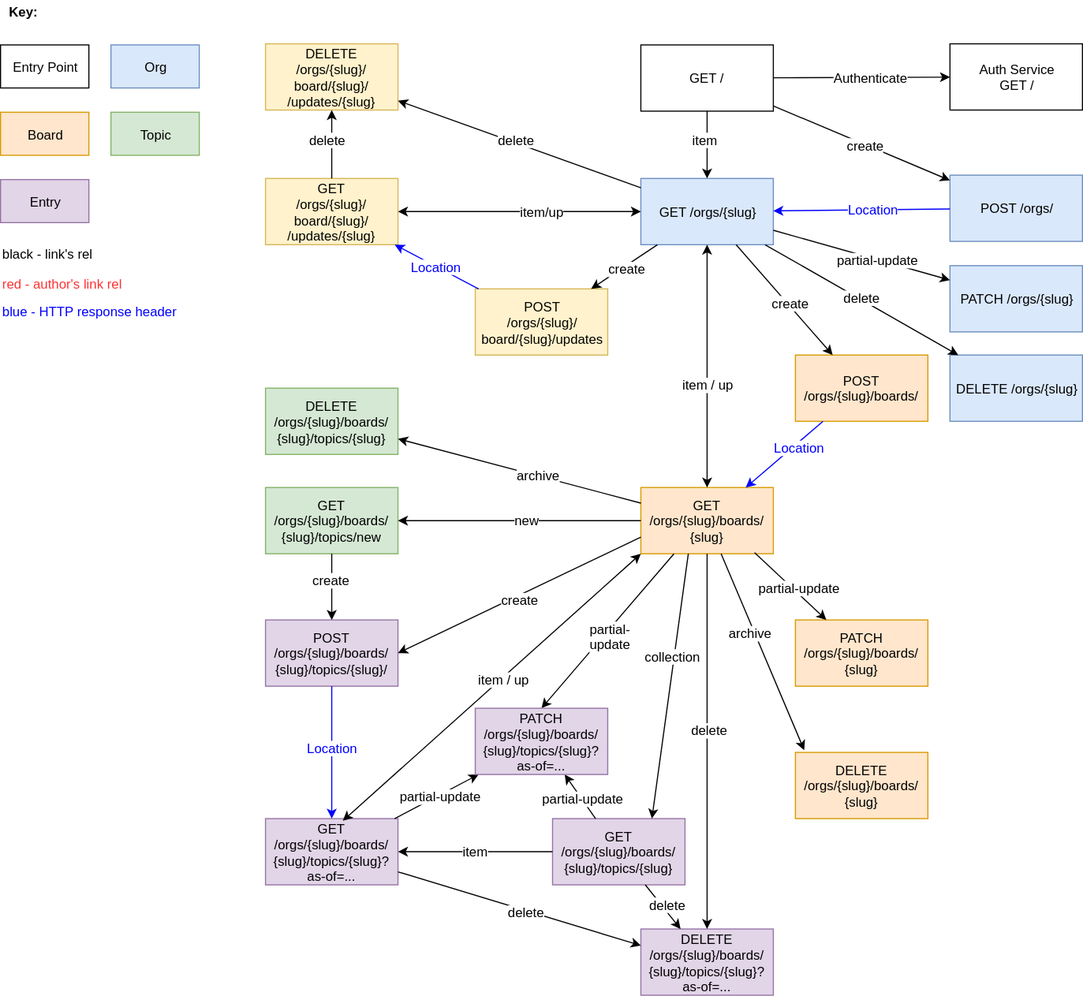
The draw.io diagram docs/OC-Storage-REST-API.svg in open-company/open-company-storage, before a commit. Source tidied: cells renumbered, new cells last; positions are measured from the earlier drawing's top-left corner, leaving out a move shared by most shapes.
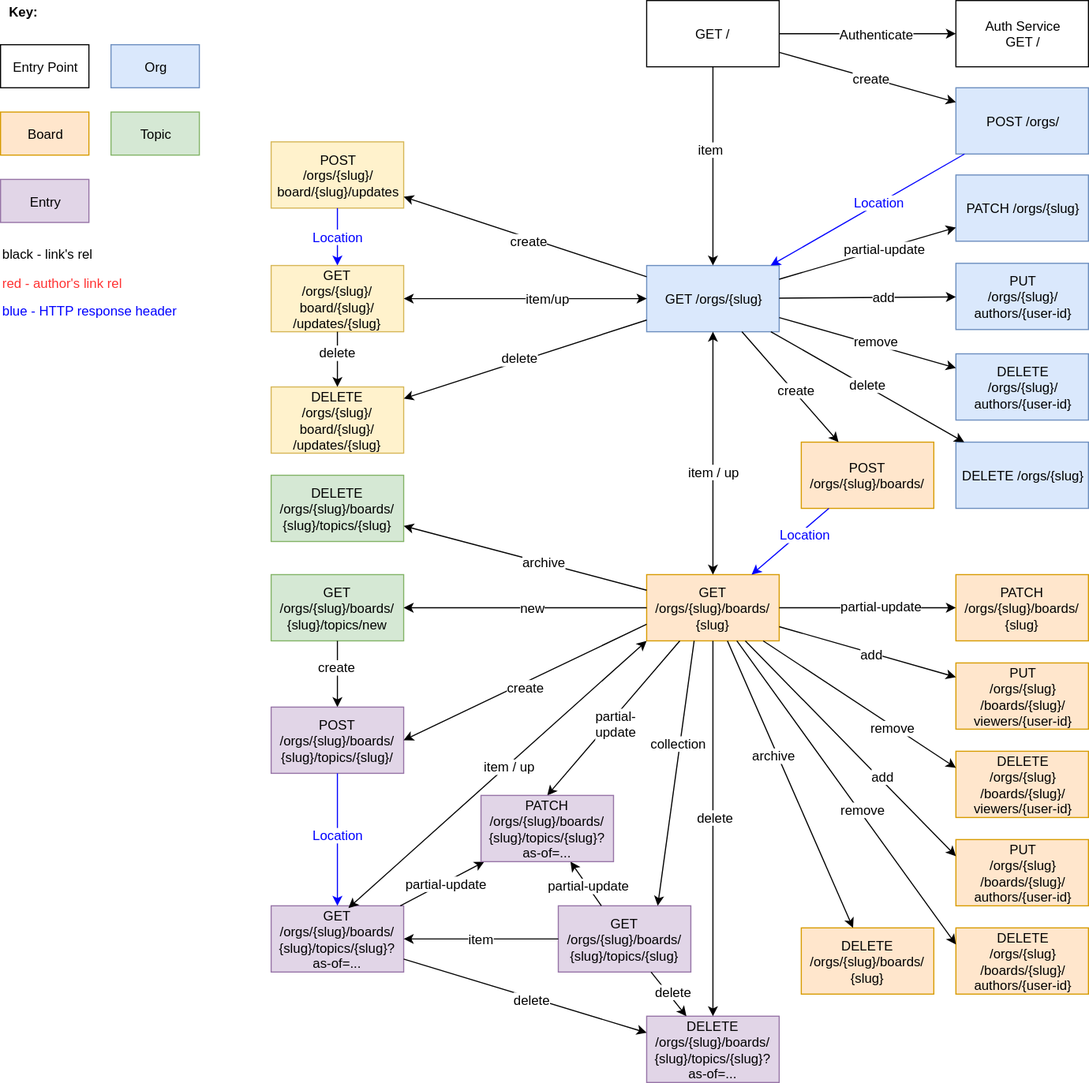
After the change.

Commit message:
Fix a 500 an auth'd entry point.

What changed in the source:
```diff
@@ -3,34 +3,34 @@
     <mxCell id="0" />
     <mxCell id="1" parent="0" />
     <mxCell id="2" value="Entry Point" style="whiteSpace=wrap;html=1;" parent="1" vertex="1">
-      <mxGeometry y="40" width="80" height="39" as="geometry" />
+      <mxGeometry x="-5" y="-39" width="80" height="39" as="geometry" />
     </mxCell>
     <mxCell id="3" value="Topic" style="whiteSpace=wrap;html=1;fillColor=#d5e8d4;strokeColor=#82b366;" parent="1" vertex="1">
-      <mxGeometry x="100" y="101" width="80" height="39" as="geometry" />
+      <mxGeometry x="95" y="22" width="80" height="39" as="geometry" />
     </mxCell>
     <mxCell id="4" value="Board" style="whiteSpace=wrap;html=1;fillColor=#ffe6cc;strokeColor=#d79b00;" parent="1" vertex="1">
-      <mxGeometry y="101" width="80" height="39" as="geometry" />
+      <mxGeometry x="-5" y="22" width="80" height="39" as="geometry" />
     </mxCell>
     <mxCell id="5" value="Org" style="whiteSpace=wrap;html=1;fillColor=#dae8fc;strokeColor=#6c8ebf;" parent="1" vertex="1">
-      <mxGeometry x="100" y="40" width="80" height="39" as="geometry" />
+      <mxGeometry x="95" y="-39" width="80" height="39" as="geometry" />
     </mxCell>
     <mxCell id="6" value="&lt;b&gt;Key:&lt;/b&gt;" style="text;html=1;strokeColor=none;fillColor=none;align=center;verticalAlign=middle;whiteSpace=wrap;" parent="1" vertex="1">
-      <mxGeometry width="40" height="20" as="geometry" />
+      <mxGeometry x="-5" y="-79" width="40" height="20" as="geometry" />
     </mxCell>
     <mxCell id="7" value="black - link's rel" style="text;html=1;strokeColor=none;fillColor=none;align=left;verticalAlign=middle;whiteSpace=wrap;" parent="1" vertex="1">
-      <mxGeometry y="219" width="110" height="20" as="geometry" />
+      <mxGeometry x="-5" y="140" width="110" height="20" as="geometry" />
     </mxCell>
     <mxCell id="8" value="&lt;font color=&quot;#0000ff&quot;&gt;blue - HTTP response header&lt;/font&gt;" style="text;html=1;strokeColor=none;fillColor=none;align=left;verticalAlign=middle;whiteSpace=wrap;" parent="1" vertex="1">
-      <mxGeometry y="271" width="170" height="20" as="geometry" />
+      <mxGeometry x="-5" y="192" width="170" height="20" as="geometry" />
     </mxCell>
     <mxCell id="9" value="red - author's link rel" style="text;html=1;strokeColor=none;fillColor=none;align=left;verticalAlign=middle;whiteSpace=wrap;fontColor=#FF3333;" parent="1" vertex="1">
-      <mxGeometry y="246" width="122" height="20" as="geometry" />
+      <mxGeometry x="-5" y="167" width="122" height="20" as="geometry" />
     </mxCell>
     <mxCell id="10" value="Entry" style="whiteSpace=wrap;html=1;fillColor=#e1d5e7;strokeColor=#9673a6;" parent="1" vertex="1">
-      <mxGeometry y="162" width="80" height="39" as="geometry" />
+      <mxGeometry x="-5" y="83" width="80" height="39" as="geometry" />
     </mxCell>
     <mxCell id="11" value="&lt;font color=&quot;#000000&quot;&gt;GET /&lt;/font&gt;" style="whiteSpace=wrap;html=1;fontSize=12;fontColor=#FF3333;" parent="1" vertex="1">
-      <mxGeometry x="580" y="40" width="120" height="60" as="geometry" />
+      <mxGeometry x="580" y="-79" width="120" height="60" as="geometry" />
     </mxCell>
     <mxCell id="12" value="&lt;font color=&quot;#000000&quot;&gt;GET /orgs/{slug}&lt;/font&gt;" style="whiteSpace=wrap;html=1;fontSize=12;fontColor=#FF3333;fillColor=#dae8fc;strokeColor=#6c8ebf;" parent="1" vertex="1">
       <mxGeometry x="580" y="161" width="120" height="60" as="geometry" />
@@ -42,7 +42,7 @@
       <mxGeometry x="-0.18" y="-2" relative="1" as="geometry" />
     </mxCell>
     <mxCell id="15" value="&lt;font color=&quot;#000000&quot;&gt;POST /orgs/&lt;/font&gt;" style="whiteSpace=wrap;html=1;fontSize=12;fontColor=#FF3333;fillColor=#dae8fc;strokeColor=#6c8ebf;" parent="1" vertex="1">
-      <mxGeometry x="860" y="158" width="120" height="60" as="geometry" />
+      <mxGeometry x="860" width="120" height="60" as="geometry" />
     </mxCell>
     <mxCell id="16" style="endArrow=classic;html=1;strokeColor=#000000;fontSize=12;fontColor=#000000;" parent="1" edge="1" source="11" target="15">
       <mxGeometry relative="1" as="geometry" />
@@ -57,7 +57,7 @@
       <mxGeometry x="-0.13" y="-1" relative="1" as="geometry" />
     </mxCell>
     <mxCell id="20" value="&lt;div&gt;&lt;font color=&quot;#000000&quot;&gt;Auth Service&lt;/font&gt;&lt;/div&gt;&lt;font color=&quot;#000000&quot;&gt;GET /&lt;/font&gt;" style="whiteSpace=wrap;html=1;fontSize=12;fontColor=#FF3333;" parent="1" vertex="1">
-      <mxGeometry x="860" y="39" width="120" height="60" as="geometry" />
+      <mxGeometry x="860" y="-79" width="120" height="60" as="geometry" />
     </mxCell>
     <mxCell id="21" style="endArrow=classic;html=1;strokeColor=#000000;fontSize=12;fontColor=#000000;" parent="1" edge="1" source="11" target="20">
       <mxGeometry relative="1" as="geometry" />
@@ -66,7 +66,7 @@
       <mxGeometry x="0.1" relative="1" as="geometry" />
     </mxCell>
     <mxCell id="23" value="&lt;font color=&quot;#000000&quot;&gt;PATCH /orgs/{slug}&lt;/font&gt;" style="whiteSpace=wrap;html=1;fontSize=12;fontColor=#FF3333;fillColor=#dae8fc;strokeColor=#6c8ebf;" parent="1" vertex="1">
-      <mxGeometry x="860" y="240" width="120" height="60" as="geometry" />
+      <mxGeometry x="860" y="79" width="120" height="60" as="geometry" />
     </mxCell>
     <mxCell id="24" value="&lt;font color=&quot;#000000&quot;&gt;DELETE /orgs/{slug}&lt;/font&gt;" style="whiteSpace=wrap;html=1;fontSize=12;fontColor=#FF3333;fillColor=#dae8fc;strokeColor=#6c8ebf;" parent="1" vertex="1">
       <mxGeometry x="860" y="321" width="120" height="60" as="geometry" />
@@ -184,29 +184,29 @@
       </mxGeometry>
     </mxCell>
     <mxCell id="59" value="PATCH /orgs/{slug}/boards/&lt;div&gt;{slug}&lt;/div&gt;" style="whiteSpace=wrap;html=1;fontSize=12;fontColor=#000000;fillColor=#ffe6cc;strokeColor=#d79b00;" parent="1" vertex="1">
-      <mxGeometry x="720" y="561" width="120" height="60" as="geometry" />
+      <mxGeometry x="860" y="441" width="120" height="60" as="geometry" />
     </mxCell>
-    <mxCell id="60" style="endArrow=classic;html=1;strokeColor=#000000;fontSize=12;fontColor=#000000;exitX=0.858;exitY=0.983;exitPerimeter=0;" parent="1" edge="1" source="29" target="59">
+    <mxCell id="60" style="endArrow=classic;html=1;strokeColor=#000000;fontSize=12;fontColor=#000000;" parent="1" edge="1" source="29" target="59">
       <mxGeometry relative="1" as="geometry" />
     </mxCell>
     <mxCell id="61" value="partial-update" style="text;html=1;align=center;verticalAlign=middle;labelBackgroundColor=#ffffff;fontSize=12;fontColor=#000000;" parent="60" vertex="1">
       <mxGeometry x="0.16" y="5" relative="1" as="geometry">
-        <mxPoint x="-1" as="offset" />
+        <mxPoint x="-1" y="3" as="offset" />
       </mxGeometry>
     </mxCell>
     <mxCell id="62" value="POST&lt;div&gt;/orgs/{slug}/&lt;div&gt;board/{slug}/&lt;span&gt;updates&lt;/span&gt;&lt;/div&gt;&lt;/div&gt;" style="whiteSpace=wrap;html=1;fontSize=12;fontColor=#000000;fillColor=#fff2cc;strokeColor=#d6b656;" parent="1" vertex="1">
-      <mxGeometry x="430" y="261" width="120" height="60" as="geometry" />
+      <mxGeometry x="240" y="49" width="120" height="60" as="geometry" />
     </mxCell>
     <mxCell id="63" value="&lt;span&gt;GET&lt;/span&gt;&lt;div&gt;/orgs/{slug}/&lt;div&gt;board/{slug}/&lt;/div&gt;&lt;div&gt;/updates/{slug}&lt;/div&gt;&lt;/div&gt;" style="whiteSpace=wrap;html=1;fontSize=12;fontColor=#000000;fillColor=#fff2cc;strokeColor=#d6b656;" parent="1" vertex="1">
       <mxGeometry x="240" y="161" width="120" height="60" as="geometry" />
     </mxCell>
     <mxCell id="64" value="&lt;span&gt;DELETE&lt;/span&gt;&lt;div&gt;/orgs/{slug}/&lt;div&gt;board/{slug}/&lt;/div&gt;&lt;div&gt;/updates/{slug}&lt;/div&gt;&lt;/div&gt;" style="whiteSpace=wrap;html=1;fontSize=12;fontColor=#000000;fillColor=#fff2cc;strokeColor=#d6b656;" parent="1" vertex="1">
-      <mxGeometry x="240" y="39" width="120" height="60" as="geometry" />
+      <mxGeometry x="240" y="271" width="120" height="60" as="geometry" />
     </mxCell>
     <mxCell id="65" value="DELETE /orgs/{slug}/boards/&lt;div&gt;{slug}&lt;/div&gt;" style="whiteSpace=wrap;html=1;fontSize=12;fontColor=#000000;fillColor=#ffe6cc;strokeColor=#d79b00;" parent="1" vertex="1">
-      <mxGeometry x="720" y="681" width="120" height="60" as="geometry" />
+      <mxGeometry x="720" y="761" width="120" height="60" as="geometry" />
     </mxCell>
-    <mxCell id="66" style="endArrow=classic;html=1;strokeColor=#000000;fontSize=12;fontColor=#000000;entryX=0.067;entryY=-0.033;entryPerimeter=0;" parent="1" edge="1" source="29" target="65">
+    <mxCell id="66" style="endArrow=classic;html=1;strokeColor=#000000;fontSize=12;fontColor=#000000;" parent="1" edge="1" source="29" target="65">
       <mxGeometry relative="1" as="geometry" />
     </mxCell>
     <mxCell id="67" value="archive" style="text;html=1;align=center;verticalAlign=middle;labelBackgroundColor=#ffffff;fontSize=12;fontColor=#000000;" parent="66" vertex="1">
@@ -285,5 +285,63 @@
     <mxCell id="88" value="delete" style="text;html=1;align=center;verticalAlign=middle;labelBackgroundColor=#ffffff;fontSize=12;fontColor=#000000;" parent="87" vertex="1">
       <mxGeometry x="0.04" y="-3" relative="1" as="geometry" />
     </mxCell>
+    <mxCell id="89" value="&lt;font color=&quot;#000000&quot;&gt;PUT&lt;/font&gt;&lt;div&gt;&lt;font color=&quot;#000000&quot;&gt;/orgs/{slug}/&lt;/font&gt;&lt;div&gt;&lt;font color=&quot;#000000&quot;&gt;authors/{user-id}&lt;/font&gt;&lt;/div&gt;&lt;/div&gt;" style="whiteSpace=wrap;html=1;fontSize=12;fontColor=#FF3333;fillColor=#dae8fc;strokeColor=#6c8ebf;" parent="1" vertex="1">
+      <mxGeometry x="860" y="159" width="120" height="60" as="geometry" />
+    </mxCell>
+    <mxCell id="90" value="&lt;font color=&quot;#000000&quot;&gt;DELETE&lt;/font&gt;&lt;div&gt;&lt;font color=&quot;#000000&quot;&gt;/orgs/{slug}/&lt;/font&gt;&lt;div&gt;&lt;font color=&quot;#000000&quot;&gt;authors/{user-id}&lt;/font&gt;&lt;/div&gt;&lt;/div&gt;" style="whiteSpace=wrap;html=1;fontSize=12;fontColor=#FF3333;fillColor=#dae8fc;strokeColor=#6c8ebf;" parent="1" vertex="1">
+      <mxGeometry x="860" y="241" width="120" height="60" as="geometry" />
+    </mxCell>
+    <mxCell id="91" style="endArrow=classic;html=1;strokeColor=#000000;fontSize=12;fontColor=#000000;" parent="1" edge="1" source="12" target="89">
+      <mxGeometry relative="1" as="geometry" />
+    </mxCell>
+    <mxCell id="92" value="add" style="text;html=1;align=center;verticalAlign=middle;labelBackgroundColor=#ffffff;fontSize=12;fontColor=#000000;" parent="91" vertex="1">
+      <mxGeometry x="0.17" y="-2" relative="1" as="geometry">
+        <mxPoint y="-2" as="offset" />
+      </mxGeometry>
+    </mxCell>
+    <mxCell id="93" style="endArrow=classic;html=1;strokeColor=#000000;fontSize=12;fontColor=#000000;" parent="1" edge="1" source="12" target="90">
+      <mxGeometry relative="1" as="geometry" />
+    </mxCell>
+    <mxCell id="94" value="remove" style="text;html=1;align=center;verticalAlign=middle;labelBackgroundColor=#ffffff;fontSize=12;fontColor=#000000;" parent="93" vertex="1">
+      <mxGeometry x="0.08" y="3" relative="1" as="geometry" />
+    </mxCell>
+    <mxCell id="95" value="&lt;font color=&quot;#000000&quot;&gt;PUT&lt;/font&gt;&lt;div&gt;&lt;font color=&quot;#000000&quot;&gt;/orgs/{slug}&lt;/font&gt;&lt;/div&gt;&lt;div&gt;&lt;font color=&quot;#000000&quot;&gt;/boards/&lt;/font&gt;&lt;font color=&quot;#000000&quot;&gt;{slug}/&lt;/font&gt;&lt;/div&gt;&lt;div&gt;&lt;span&gt;viewers/{user-id}&lt;/span&gt;&lt;/div&gt;" style="whiteSpace=wrap;html=1;fontSize=12;fontColor=#000000;fillColor=#ffe6cc;strokeColor=#d79b00;" parent="1" vertex="1">
+      <mxGeometry x="860" y="521" width="120" height="60" as="geometry" />
+    </mxCell>
+    <mxCell id="96" value="&lt;font color=&quot;#000000&quot;&gt;DELETE&lt;/font&gt;&lt;div&gt;&lt;font color=&quot;#000000&quot;&gt;/orgs/{slug}&lt;/font&gt;&lt;/div&gt;&lt;div&gt;&lt;font color=&quot;#000000&quot;&gt;/boards/&lt;/font&gt;&lt;font color=&quot;#000000&quot;&gt;{slug}/&lt;/font&gt;&lt;/div&gt;&lt;div&gt;viewers/{user-id}&lt;/div&gt;" style="whiteSpace=wrap;html=1;fontSize=12;fontColor=#000000;fillColor=#ffe6cc;strokeColor=#d79b00;" parent="1" vertex="1">
+      <mxGeometry x="860" y="601" width="120" height="60" as="geometry" />
+    </mxCell>
+    <mxCell id="97" value="&lt;font color=&quot;#000000&quot;&gt;PUT&lt;/font&gt;&lt;div&gt;&lt;font color=&quot;#000000&quot;&gt;/orgs/{slug}&lt;/font&gt;&lt;/div&gt;&lt;div&gt;&lt;font color=&quot;#000000&quot;&gt;/boards/&lt;/font&gt;&lt;font color=&quot;#000000&quot;&gt;{slug}/&lt;/font&gt;&lt;/div&gt;&lt;div&gt;authors/{user-id}&lt;/div&gt;" style="whiteSpace=wrap;html=1;fontSize=12;fontColor=#000000;fillColor=#ffe6cc;strokeColor=#d79b00;" parent="1" vertex="1">
+      <mxGeometry x="860" y="681" width="120" height="60" as="geometry" />
+    </mxCell>
+    <mxCell id="98" value="&lt;font color=&quot;#000000&quot;&gt;DELETE&lt;/font&gt;&lt;div&gt;&lt;font color=&quot;#000000&quot;&gt;/orgs/{slug}&lt;/font&gt;&lt;/div&gt;&lt;div&gt;&lt;font color=&quot;#000000&quot;&gt;/boards/&lt;/font&gt;&lt;font color=&quot;#000000&quot;&gt;{slug}/&lt;/font&gt;&lt;/div&gt;&lt;div&gt;authors/{user-id}&lt;/div&gt;" style="whiteSpace=wrap;html=1;fontSize=12;fontColor=#000000;fillColor=#ffe6cc;strokeColor=#d79b00;" parent="1" vertex="1">
+      <mxGeometry x="860" y="761" width="120" height="60" as="geometry" />
+    </mxCell>
+    <mxCell id="99" style="endArrow=classic;html=1;strokeColor=#000000;fontSize=12;fontColor=#000000;" parent="1" edge="1" source="29" target="95">
+      <mxGeometry relative="1" as="geometry" />
+    </mxCell>
+    <mxCell id="100" value="add" style="text;html=1;align=center;verticalAlign=middle;labelBackgroundColor=#ffffff;fontSize=12;fontColor=#000000;" parent="99" vertex="1">
+      <mxGeometry x="0.05" relative="1" as="geometry" />
+    </mxCell>
+    <mxCell id="101" style="endArrow=classic;html=1;strokeColor=#000000;fontSize=12;fontColor=#000000;entryX=0;entryY=0.25;" parent="1" edge="1" source="29" target="96">
+      <mxGeometry relative="1" as="geometry" />
+    </mxCell>
+    <mxCell id="102" value="remove" style="text;html=1;align=center;verticalAlign=middle;labelBackgroundColor=#ffffff;fontSize=12;fontColor=#000000;" parent="101" vertex="1">
+      <mxGeometry x="0.35" y="-1" relative="1" as="geometry">
+        <mxPoint x="-1" as="offset" />
+      </mxGeometry>
+    </mxCell>
+    <mxCell id="103" style="endArrow=classic;html=1;strokeColor=#000000;fontSize=12;fontColor=#000000;entryX=0;entryY=0.25;" parent="1" edge="1" source="29" target="97">
+      <mxGeometry relative="1" as="geometry" />
+    </mxCell>
+    <mxCell id="104" value="add" style="text;html=1;align=center;verticalAlign=middle;labelBackgroundColor=#ffffff;fontSize=12;fontColor=#000000;" parent="103" vertex="1">
+      <mxGeometry x="0.27" y="3" relative="1" as="geometry" />
+    </mxCell>
+    <mxCell id="105" style="endArrow=classic;html=1;strokeColor=#000000;fontSize=12;fontColor=#000000;entryX=0;entryY=0.25;" parent="1" edge="1" source="29" target="98">
+      <mxGeometry relative="1" as="geometry" />
+    </mxCell>
+    <mxCell id="106" value="remove" style="text;html=1;align=center;verticalAlign=middle;labelBackgroundColor=#ffffff;fontSize=12;fontColor=#000000;" parent="105" vertex="1">
+      <mxGeometry x="0.12" y="3" relative="1" as="geometry" />
+    </mxCell>
   </root>
 </mxGraphModel>
```
